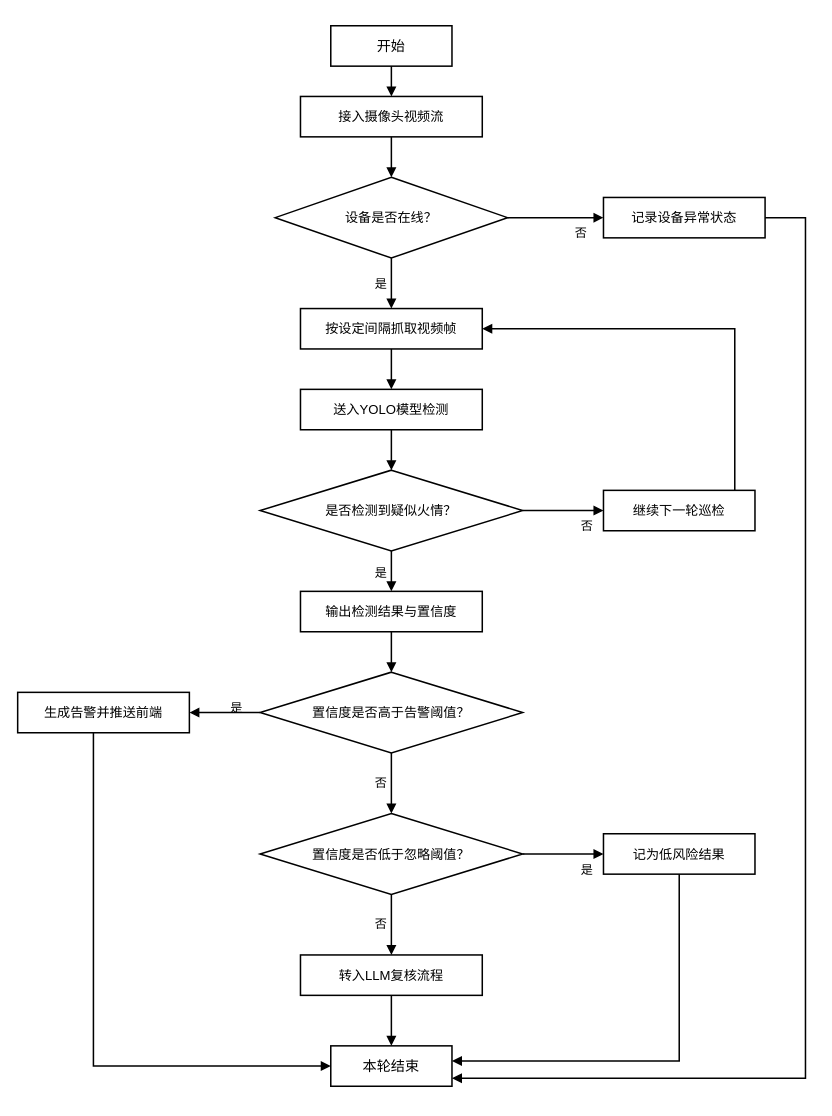
Dean-op/forest_fire keeps this draw.io diagram as docs/PaperImages/4视频流接入与YOLO巡检流程图.drawio. Above is the earlier version. Source tidied: cells renumbered, new cells numbered last; positions are measured from the earlier drawing's top-left corner, leaving out a move shared by most shapes. Both pictures are drawn from the tidied source at 101%, with x=0, y=0 at pixel (17, 25).
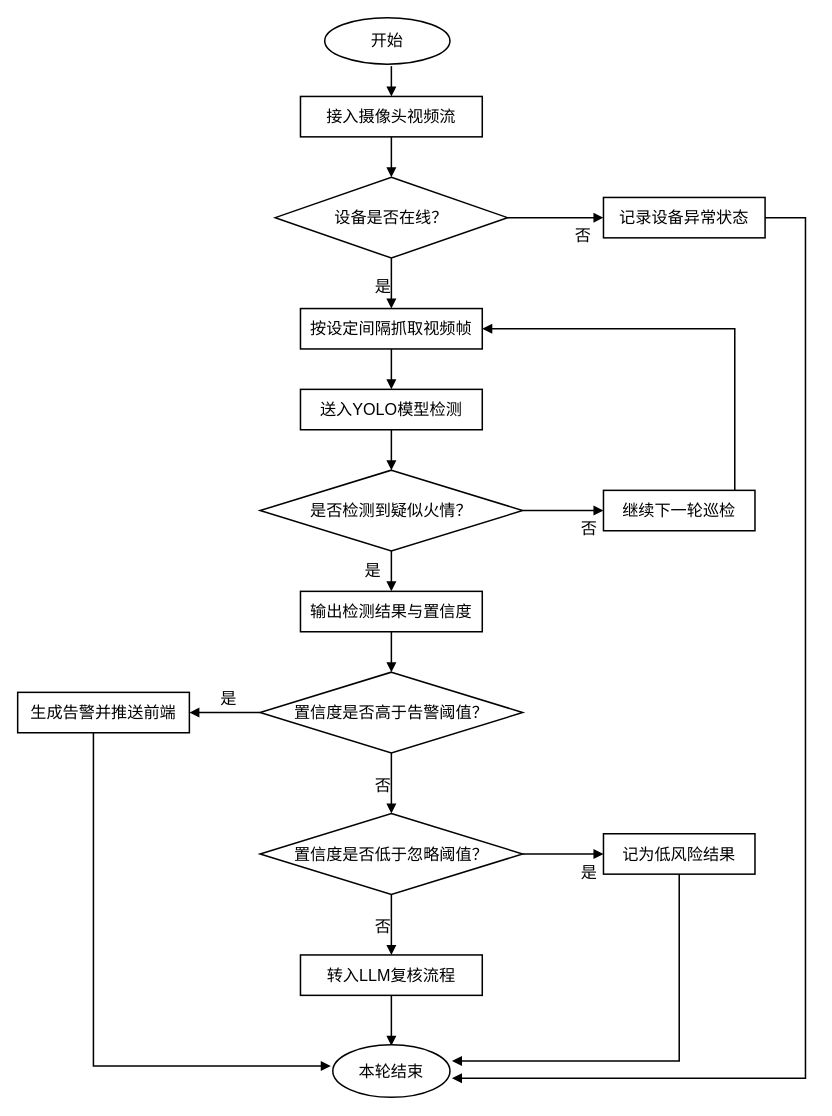
The same diagram, later.

The edit, as a diff of the source:
```diff
@@
-    <mxCell id="2" value="开始" style="rounded=0;whiteSpace=wrap;html=1;strokeWidth=1.5;fontSize=14;labelBackgroundColor=none;" parent="1" vertex="1">
-      <mxGeometry x="310" width="120" height="40" as="geometry" />
-    </mxCell>
-    <mxCell id="3" value="接入摄像头视频流" style="rounded=0;whiteSpace=wrap;html=1;strokeWidth=1.5;fontSize=13;labelBackgroundColor=none;" parent="1" vertex="1">
+    <mxCell id="3" value="接入摄像头视频流" style="rounded=0;whiteSpace=wrap;html=1;strokeWidth=1.5;fontSize=16;labelBackgroundColor=none;" parent="1" vertex="1">
       <mxGeometry x="280" y="70" width="180" height="40" as="geometry" />
     </mxCell>
-    <mxCell id="4" value="设备是否在线？" style="rhombus;whiteSpace=wrap;html=1;strokeWidth=1.5;fontSize=13;labelBackgroundColor=none;" parent="1" vertex="1">
+    <mxCell id="4" value="设备是否在线？" style="rhombus;whiteSpace=wrap;html=1;strokeWidth=1.5;fontSize=16;labelBackgroundColor=none;" parent="1" vertex="1">
       <mxGeometry x="255" y="150" width="230" height="80" as="geometry" />
     </mxCell>
-    <mxCell id="5" value="记录设备异常状态" style="rounded=0;whiteSpace=wrap;html=1;strokeWidth=1.5;fontSize=13;labelBackgroundColor=none;" parent="1" vertex="1">
+    <mxCell id="5" value="记录设备异常状态" style="rounded=0;whiteSpace=wrap;html=1;strokeWidth=1.5;fontSize=16;labelBackgroundColor=none;" parent="1" vertex="1">
       <mxGeometry x="580" y="170" width="160" height="40" as="geometry" />
     </mxCell>
-    <mxCell id="6" value="按设定间隔抓取视频帧" style="rounded=0;whiteSpace=wrap;html=1;strokeWidth=1.5;fontSize=13;labelBackgroundColor=none;" parent="1" vertex="1">
+    <mxCell id="6" value="按设定间隔抓取视频帧" style="rounded=0;whiteSpace=wrap;html=1;strokeWidth=1.5;fontSize=16;labelBackgroundColor=none;" parent="1" vertex="1">
       <mxGeometry x="280" y="280" width="180" height="40" as="geometry" />
     </mxCell>
-    <mxCell id="7" value="送入YOLO模型检测" style="rounded=0;whiteSpace=wrap;html=1;strokeWidth=1.5;fontSize=13;labelBackgroundColor=none;" parent="1" vertex="1">
+    <mxCell id="7" value="送入YOLO模型检测" style="rounded=0;whiteSpace=wrap;html=1;strokeWidth=1.5;fontSize=16;labelBackgroundColor=none;" parent="1" vertex="1">
       <mxGeometry x="280" y="360" width="180" height="40" as="geometry" />
     </mxCell>
-    <mxCell id="8" value="是否检测到疑似火情？" style="rhombus;whiteSpace=wrap;html=1;strokeWidth=1.5;fontSize=13;labelBackgroundColor=none;" parent="1" vertex="1">
+    <mxCell id="8" value="是否检测到疑似火情？" style="rhombus;whiteSpace=wrap;html=1;strokeWidth=1.5;fontSize=16;labelBackgroundColor=none;" parent="1" vertex="1">
       <mxGeometry x="240" y="440" width="260" height="80" as="geometry" />
     </mxCell>
-    <mxCell id="9" value="继续下一轮巡检" style="rounded=0;whiteSpace=wrap;html=1;strokeWidth=1.5;fontSize=13;labelBackgroundColor=none;" parent="1" vertex="1">
+    <mxCell id="9" value="继续下一轮巡检" style="rounded=0;whiteSpace=wrap;html=1;strokeWidth=1.5;fontSize=16;labelBackgroundColor=none;" parent="1" vertex="1">
       <mxGeometry x="580" y="460" width="150" height="40" as="geometry" />
     </mxCell>
-    <mxCell id="10" value="输出检测结果与置信度" style="rounded=0;whiteSpace=wrap;html=1;strokeWidth=1.5;fontSize=13;labelBackgroundColor=none;" parent="1" vertex="1">
+    <mxCell id="10" value="输出检测结果与置信度" style="rounded=0;whiteSpace=wrap;html=1;strokeWidth=1.5;fontSize=16;labelBackgroundColor=none;" parent="1" vertex="1">
       <mxGeometry x="280" y="560" width="180" height="40" as="geometry" />
     </mxCell>
-    <mxCell id="11" value="置信度是否高于告警阈值？" style="rhombus;whiteSpace=wrap;html=1;strokeWidth=1.5;fontSize=13;labelBackgroundColor=none;" parent="1" vertex="1">
+    <mxCell id="11" value="置信度是否高于告警阈值？" style="rhombus;whiteSpace=wrap;html=1;strokeWidth=1.5;fontSize=16;labelBackgroundColor=none;" parent="1" vertex="1">
       <mxGeometry x="240" y="640" width="260" height="80" as="geometry" />
     </mxCell>
-    <mxCell id="12" value="生成告警并推送前端" style="rounded=0;whiteSpace=wrap;html=1;strokeWidth=1.5;fontSize=13;labelBackgroundColor=none;" parent="1" vertex="1">
+    <mxCell id="12" value="生成告警并推送前端" style="rounded=0;whiteSpace=wrap;html=1;strokeWidth=1.5;fontSize=16;labelBackgroundColor=none;" parent="1" vertex="1">
       <mxGeometry y="660" width="170" height="40" as="geometry" />
     </mxCell>
-    <mxCell id="13" value="置信度是否低于忽略阈值？" style="rhombus;whiteSpace=wrap;html=1;strokeWidth=1.5;fontSize=13;labelBackgroundColor=none;" parent="1" vertex="1">
+    <mxCell id="13" value="置信度是否低于忽略阈值？" style="rhombus;whiteSpace=wrap;html=1;strokeWidth=1.5;fontSize=16;labelBackgroundColor=none;" parent="1" vertex="1">
       <mxGeometry x="240" y="780" width="260" height="80" as="geometry" />
     </mxCell>
-    <mxCell id="14" value="记为低风险结果" style="rounded=0;whiteSpace=wrap;html=1;strokeWidth=1.5;fontSize=13;labelBackgroundColor=none;" parent="1" vertex="1">
+    <mxCell id="14" value="记为低风险结果" style="rounded=0;whiteSpace=wrap;html=1;strokeWidth=1.5;fontSize=16;labelBackgroundColor=none;" parent="1" vertex="1">
       <mxGeometry x="580" y="800" width="150" height="40" as="geometry" />
     </mxCell>
-    <mxCell id="15" value="转入LLM复核流程" style="rounded=0;whiteSpace=wrap;html=1;strokeWidth=1.5;fontSize=13;labelBackgroundColor=none;" parent="1" vertex="1">
+    <mxCell id="15" value="转入LLM复核流程" style="rounded=0;whiteSpace=wrap;html=1;strokeWidth=1.5;fontSize=16;labelBackgroundColor=none;" parent="1" vertex="1">
       <mxGeometry x="280" y="920" width="180" height="40" as="geometry" />
     </mxCell>
-    <mxCell id="16" value="本轮结束" style="rounded=0;whiteSpace=wrap;html=1;strokeWidth=1.5;fontSize=14;labelBackgroundColor=none;" parent="1" vertex="1">
-      <mxGeometry x="310" y="1010" width="120" height="40" as="geometry" />
-    </mxCell>
-    <mxCell id="17" style="endArrow=block;endFill=1;html=1;strokeWidth=1.5;labelBackgroundColor=none;" parent="1" edge="1" source="2" target="3">
-      <mxGeometry relative="1" as="geometry" />
+    <mxCell id="17" style="endArrow=block;endFill=1;html=1;strokeWidth=1.5;labelBackgroundColor=none;fontSize=16;" parent="1" edge="1" target="3">
+      <mxGeometry relative="1" as="geometry">
+        <mxPoint x="370" y="40" as="sourcePoint" />
+      </mxGeometry>
     </mxCell>
-    <mxCell id="18" style="endArrow=block;endFill=1;html=1;strokeWidth=1.5;labelBackgroundColor=none;" parent="1" edge="1" source="3" target="4">
+    <mxCell id="18" style="endArrow=block;endFill=1;html=1;strokeWidth=1.5;labelBackgroundColor=none;fontSize=16;" parent="1" edge="1" source="3" target="4">
       <mxGeometry relative="1" as="geometry" />
     </mxCell>
-    <mxCell id="19" style="endArrow=block;endFill=1;html=1;strokeWidth=1.5;edgeStyle=orthogonalEdgeStyle;rounded=0;labelBackgroundColor=none;" parent="1" edge="1" source="4" target="6">
+    <mxCell id="19" style="endArrow=block;endFill=1;html=1;strokeWidth=1.5;edgeStyle=orthogonalEdgeStyle;rounded=0;labelBackgroundColor=none;fontSize=16;" parent="1" edge="1" source="4" target="6">
       <mxGeometry relative="1" as="geometry" />
     </mxCell>
-    <mxCell id="20" value="是" style="edgeLabel;html=1;fontSize=12;labelBackgroundColor=none;" parent="19" vertex="1">
+    <mxCell id="20" value="是" style="edgeLabel;html=1;fontSize=16;labelBackgroundColor=none;" parent="19" vertex="1">
       <mxGeometry x="-0.2" y="-10" relative="1" as="geometry">
         <mxPoint x="-8" y="-8" as="offset" />
       </mxGeometry>
     </mxCell>
-    <mxCell id="21" style="endArrow=block;endFill=1;html=1;strokeWidth=1.5;edgeStyle=orthogonalEdgeStyle;rounded=0;labelBackgroundColor=none;" parent="1" edge="1" source="4" target="5">
+    <mxCell id="21" style="endArrow=block;endFill=1;html=1;strokeWidth=1.5;edgeStyle=orthogonalEdgeStyle;rounded=0;labelBackgroundColor=none;fontSize=16;" parent="1" edge="1" source="4" target="5">
       <mxGeometry relative="1" as="geometry" />
     </mxCell>
-    <mxCell id="22" value="否" style="edgeLabel;html=1;fontSize=12;labelBackgroundColor=none;" parent="21" vertex="1">
+    <mxCell id="22" value="否" style="edgeLabel;html=1;fontSize=16;labelBackgroundColor=none;" parent="21" vertex="1">
       <mxGeometry x="0.2" y="-10" relative="1" as="geometry">
         <mxPoint x="8" y="-8" as="offset" />
       </mxGeometry>
     </mxCell>
-    <mxCell id="23" style="endArrow=block;endFill=1;html=1;strokeWidth=1.5;edgeStyle=orthogonalEdgeStyle;rounded=0;labelBackgroundColor=none;" parent="1" edge="1" source="5" target="16">
+    <mxCell id="23" style="endArrow=block;endFill=1;html=1;strokeWidth=1.5;edgeStyle=orthogonalEdgeStyle;rounded=0;labelBackgroundColor=none;fontSize=16;" parent="1" edge="1" source="5">
       <mxGeometry relative="1" as="geometry">
+        <mxPoint x="430" y="1042" as="targetPoint" />
         <Array as="points">
           <mxPoint x="780" y="190" />
           <mxPoint x="780" y="1042" />
         </Array>
       </mxGeometry>
     </mxCell>
-    <mxCell id="24" style="endArrow=block;endFill=1;html=1;strokeWidth=1.5;labelBackgroundColor=none;" parent="1" edge="1" source="6" target="7">
+    <mxCell id="24" style="endArrow=block;endFill=1;html=1;strokeWidth=1.5;labelBackgroundColor=none;fontSize=16;" parent="1" edge="1" source="6" target="7">
       <mxGeometry relative="1" as="geometry" />
     </mxCell>
-    <mxCell id="25" style="endArrow=block;endFill=1;html=1;strokeWidth=1.5;labelBackgroundColor=none;" parent="1" edge="1" source="7" target="8">
+    <mxCell id="25" style="endArrow=block;endFill=1;html=1;strokeWidth=1.5;labelBackgroundColor=none;fontSize=16;" parent="1" edge="1" source="7" target="8">
       <mxGeometry relative="1" as="geometry" />
     </mxCell>
-    <mxCell id="26" style="endArrow=block;endFill=1;html=1;strokeWidth=1.5;edgeStyle=orthogonalEdgeStyle;rounded=0;labelBackgroundColor=none;" parent="1" edge="1" source="8" target="10">
+    <mxCell id="26" style="endArrow=block;endFill=1;html=1;strokeWidth=1.5;edgeStyle=orthogonalEdgeStyle;rounded=0;labelBackgroundColor=none;fontSize=16;" parent="1" edge="1" source="8" target="10">
       <mxGeometry relative="1" as="geometry" />
     </mxCell>
-    <mxCell id="27" value="是" style="edgeLabel;html=1;fontSize=12;labelBackgroundColor=none;" parent="26" vertex="1">
+    <mxCell id="27" value="是" style="edgeLabel;html=1;fontSize=16;labelBackgroundColor=none;" parent="26" vertex="1">
       <mxGeometry x="-0.2" y="-10" relative="1" as="geometry">
-        <mxPoint x="-8" y="-8" as="offset" />
+        <mxPoint x="-18" y="-13" as="offset" />
       </mxGeometry>
     </mxCell>
-    <mxCell id="28" style="endArrow=block;endFill=1;html=1;strokeWidth=1.5;edgeStyle=orthogonalEdgeStyle;rounded=0;labelBackgroundColor=none;" parent="1" edge="1" source="8" target="9">
+    <mxCell id="28" style="endArrow=block;endFill=1;html=1;strokeWidth=1.5;edgeStyle=orthogonalEdgeStyle;rounded=0;labelBackgroundColor=none;fontSize=16;" parent="1" edge="1" source="8" target="9">
       <mxGeometry relative="1" as="geometry" />
     </mxCell>
-    <mxCell id="29" value="否" style="edgeLabel;html=1;fontSize=12;labelBackgroundColor=none;" parent="28" vertex="1">
+    <mxCell id="29" value="否" style="edgeLabel;html=1;fontSize=16;labelBackgroundColor=none;" parent="28" vertex="1">
       <mxGeometry x="0.2" y="-10" relative="1" as="geometry">
         <mxPoint x="8" y="-8" as="offset" />
       </mxGeometry>
     </mxCell>
-    <mxCell id="30" style="endArrow=block;endFill=1;html=1;strokeWidth=1.5;edgeStyle=orthogonalEdgeStyle;rounded=0;labelBackgroundColor=none;" parent="1" edge="1" source="9" target="6">
+    <mxCell id="30" style="endArrow=block;endFill=1;html=1;strokeWidth=1.5;edgeStyle=orthogonalEdgeStyle;rounded=0;labelBackgroundColor=none;fontSize=16;" parent="1" edge="1" source="9" target="6">
       <mxGeometry relative="1" as="geometry">
         <Array as="points">
           <mxPoint x="710" y="480" />
           <mxPoint x="710" y="300" />
         </Array>
       </mxGeometry>
     </mxCell>
-    <mxCell id="31" style="endArrow=block;endFill=1;html=1;strokeWidth=1.5;labelBackgroundColor=none;" parent="1" edge="1" source="10" target="11">
+    <mxCell id="31" style="endArrow=block;endFill=1;html=1;strokeWidth=1.5;labelBackgroundColor=none;fontSize=16;" parent="1" edge="1" source="10" target="11">
       <mxGeometry relative="1" as="geometry" />
     </mxCell>
-    <mxCell id="32" style="endArrow=block;endFill=1;html=1;strokeWidth=1.5;edgeStyle=orthogonalEdgeStyle;rounded=0;labelBackgroundColor=none;" parent="1" edge="1" source="11" target="12">
+    <mxCell id="32" style="endArrow=block;endFill=1;html=1;strokeWidth=1.5;edgeStyle=orthogonalEdgeStyle;rounded=0;labelBackgroundColor=none;fontSize=16;" parent="1" edge="1" source="11" target="12">
       <mxGeometry relative="1" as="geometry" />
     </mxCell>
-    <mxCell id="33" value="是" style="edgeLabel;html=1;fontSize=12;labelBackgroundColor=none;" parent="32" vertex="1">
+    <mxCell id="33" value="是" style="edgeLabel;html=1;fontSize=16;labelBackgroundColor=none;" parent="32" vertex="1">
       <mxGeometry x="-0.35" y="-10" relative="1" as="geometry">
-        <mxPoint x="-8" y="-8" as="offset" />
+        <mxPoint x="-18" y="-20" as="offset" />
       </mxGeometry>
     </mxCell>
-    <mxCell id="34" style="endArrow=block;endFill=1;html=1;strokeWidth=1.5;edgeStyle=orthogonalEdgeStyle;rounded=0;labelBackgroundColor=none;" parent="1" edge="1" source="11" target="13">
+    <mxCell id="34" style="endArrow=block;endFill=1;html=1;strokeWidth=1.5;edgeStyle=orthogonalEdgeStyle;rounded=0;labelBackgroundColor=none;fontSize=16;" parent="1" edge="1" source="11" target="13">
       <mxGeometry relative="1" as="geometry" />
     </mxCell>
-    <mxCell id="35" value="否" style="edgeLabel;html=1;fontSize=12;labelBackgroundColor=none;" parent="34" vertex="1">
+    <mxCell id="35" value="否" style="edgeLabel;html=1;fontSize=16;labelBackgroundColor=none;" parent="34" vertex="1">
       <mxGeometry x="-0.2" y="-10" relative="1" as="geometry">
         <mxPoint x="-8" y="-8" as="offset" />
       </mxGeometry>
     </mxCell>
-    <mxCell id="36" style="endArrow=block;endFill=1;html=1;strokeWidth=1.5;edgeStyle=orthogonalEdgeStyle;rounded=0;labelBackgroundColor=none;" parent="1" edge="1" source="13" target="14">
+    <mxCell id="36" style="endArrow=block;endFill=1;html=1;strokeWidth=1.5;edgeStyle=orthogonalEdgeStyle;rounded=0;labelBackgroundColor=none;fontSize=16;" parent="1" edge="1" source="13" target="14">
       <mxGeometry relative="1" as="geometry" />
     </mxCell>
-    <mxCell id="37" value="是" style="edgeLabel;html=1;fontSize=12;labelBackgroundColor=none;" parent="36" vertex="1">
+    <mxCell id="37" value="是" style="edgeLabel;html=1;fontSize=16;labelBackgroundColor=none;" parent="36" vertex="1">
       <mxGeometry x="0.2" y="-10" relative="1" as="geometry">
         <mxPoint x="8" y="-8" as="offset" />
       </mxGeometry>
     </mxCell>
-    <mxCell id="38" style="endArrow=block;endFill=1;html=1;strokeWidth=1.5;edgeStyle=orthogonalEdgeStyle;rounded=0;labelBackgroundColor=none;" parent="1" edge="1" source="13" target="15">
+    <mxCell id="38" style="endArrow=block;endFill=1;html=1;strokeWidth=1.5;edgeStyle=orthogonalEdgeStyle;rounded=0;labelBackgroundColor=none;fontSize=16;" parent="1" edge="1" source="13" target="15">
       <mxGeometry relative="1" as="geometry" />
     </mxCell>
-    <mxCell id="39" value="否" style="edgeLabel;html=1;fontSize=12;labelBackgroundColor=none;" parent="38" vertex="1">
+    <mxCell id="39" value="否" style="edgeLabel;html=1;fontSize=16;labelBackgroundColor=none;" parent="38" vertex="1">
       <mxGeometry x="-0.2" y="-10" relative="1" as="geometry">
         <mxPoint x="-8" y="-8" as="offset" />
       </mxGeometry>
     </mxCell>
-    <mxCell id="40" style="endArrow=block;endFill=1;html=1;strokeWidth=1.5;edgeStyle=orthogonalEdgeStyle;rounded=0;labelBackgroundColor=none;" parent="1" edge="1" source="12" target="16">
+    <mxCell id="40" style="endArrow=block;endFill=1;html=1;strokeWidth=1.5;edgeStyle=orthogonalEdgeStyle;rounded=0;labelBackgroundColor=none;fontSize=16;" parent="1" edge="1" source="12">
       <mxGeometry relative="1" as="geometry">
+        <mxPoint x="310" y="1030" as="targetPoint" />
         <Array as="points">
           <mxPoint x="75" y="1030" />
         </Array>
       </mxGeometry>
     </mxCell>
-    <mxCell id="41" style="endArrow=block;endFill=1;html=1;strokeWidth=1.5;edgeStyle=orthogonalEdgeStyle;rounded=0;labelBackgroundColor=none;" parent="1" edge="1" source="14" target="16">
+    <mxCell id="41" style="endArrow=block;endFill=1;html=1;strokeWidth=1.5;edgeStyle=orthogonalEdgeStyle;rounded=0;labelBackgroundColor=none;fontSize=16;" parent="1" edge="1" source="14">
       <mxGeometry relative="1" as="geometry">
+        <mxPoint x="430" y="1025" as="targetPoint" />
         <Array as="points">
           <mxPoint x="655" y="1025" />
         </Array>
       </mxGeometry>
     </mxCell>
-    <mxCell id="42" style="endArrow=block;endFill=1;html=1;strokeWidth=1.5;labelBackgroundColor=none;" parent="1" edge="1" source="15" target="16">
-      <mxGeometry relative="1" as="geometry" />
+    <mxCell id="42" style="endArrow=block;endFill=1;html=1;strokeWidth=1.5;labelBackgroundColor=none;fontSize=16;" parent="1" edge="1" source="15">
+      <mxGeometry relative="1" as="geometry">
+        <mxPoint x="370" y="1010" as="targetPoint" />
+      </mxGeometry>
     </mxCell>
+    <mxCell id="2" value="开始" style="ellipse;whiteSpace=wrap;html=1;fontSize=16;strokeWidth=1.5;" parent="1" vertex="1">
+      <mxGeometry x="304" y="-8" width="124" height="46" as="geometry" />
+    </mxCell>
+    <mxCell id="16" value="本轮结束" style="ellipse;whiteSpace=wrap;html=1;fontSize=16;strokeWidth=1.5;" parent="1" vertex="1">
+      <mxGeometry x="312" y="1009" width="116" height="52" as="geometry" />
+    </mxCell>
```
